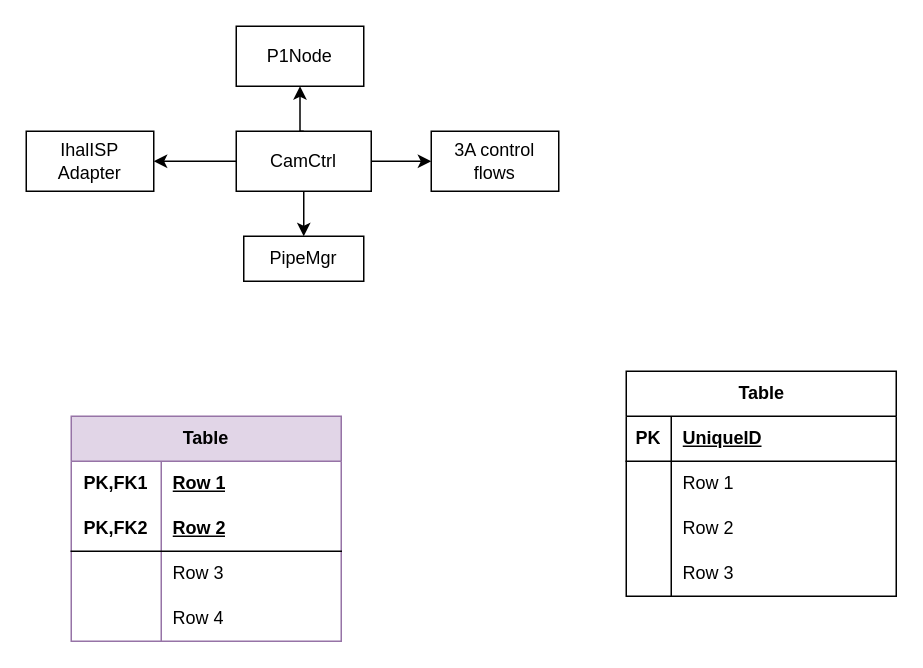
Above: Camera_AFFace_Flow.drawio in Chloe-oss/Draw.io_Camera (draw.io), before the change. Source tidied: cells renumbered, new cells numbered last; positions are measured from the earlier drawing's top-left corner, leaving out a move shared by most shapes. Both pictures are drawn from the tidied source at 150%, with x=0, y=0 at pixel (26, 26).
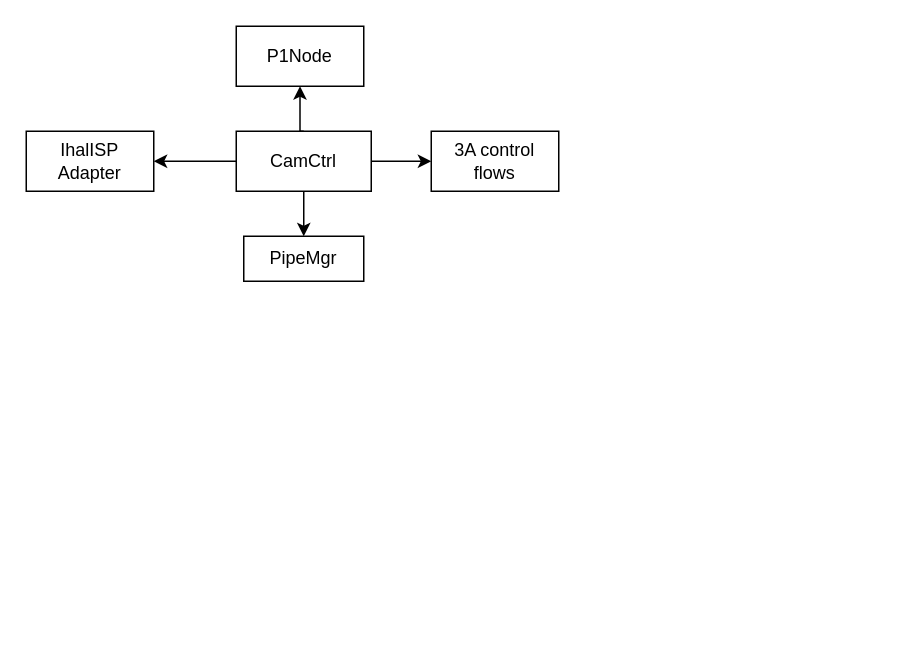
The same diagram, later.

The edit, as a diff of the source:
```diff
@@
-    <mxCell id="11" value="Table" style="shape=table;startSize=30;childLayout=tableLayout;rowLines=0;fontStyle=1;align=center;html=1;" parent="1" vertex="1">
-      <mxGeometry x="400" y="230" width="180" height="150" as="geometry" />
-    </mxCell>
-    <mxCell id="12" style="shape=tableRow;horizontal=0;startSize=0;swimlaneHead=0;swimlaneBody=0;fillColor=none;top=0;left=0;right=0;bottom=1;" parent="11" vertex="1">
-      <mxGeometry y="30" width="180" height="30" as="geometry" />
-    </mxCell>
-    <mxCell id="13" value="PK" style="shape=partialRectangle;fillColor=none;top=0;left=0;bottom=0;right=0;fontStyle=1;overflow=hidden;whiteSpace=wrap;html=1;" parent="12" vertex="1">
-      <mxGeometry width="30" height="30" as="geometry" />
-    </mxCell>
-    <mxCell id="14" value="UniqueID" style="shape=partialRectangle;fillColor=none;top=0;left=0;bottom=0;right=0;align=left;spacingLeft=6;fontStyle=5;overflow=hidden;whiteSpace=wrap;html=1;" parent="12" vertex="1">
-      <mxGeometry x="30" width="150" height="30" as="geometry" />
-    </mxCell>
-    <mxCell id="15" style="shape=tableRow;horizontal=0;startSize=0;swimlaneHead=0;swimlaneBody=0;fillColor=none;top=0;left=0;right=0;bottom=0;" parent="11" vertex="1">
-      <mxGeometry y="60" width="180" height="30" as="geometry" />
-    </mxCell>
-    <mxCell id="16" style="shape=partialRectangle;fillColor=none;top=0;left=0;bottom=0;right=0;overflow=hidden;whiteSpace=wrap;html=1;" parent="15" vertex="1">
-      <mxGeometry width="30" height="30" as="geometry" />
-    </mxCell>
-    <mxCell id="17" value="Row 1" style="shape=partialRectangle;fillColor=none;top=0;left=0;bottom=0;right=0;align=left;spacingLeft=6;overflow=hidden;whiteSpace=wrap;html=1;" parent="15" vertex="1">
-      <mxGeometry x="30" width="150" height="30" as="geometry" />
-    </mxCell>
-    <mxCell id="18" style="shape=tableRow;horizontal=0;startSize=0;swimlaneHead=0;swimlaneBody=0;fillColor=none;top=0;left=0;right=0;bottom=0;" parent="11" vertex="1">
-      <mxGeometry y="90" width="180" height="30" as="geometry" />
-    </mxCell>
-    <mxCell id="19" style="shape=partialRectangle;fillColor=none;top=0;left=0;bottom=0;right=0;overflow=hidden;whiteSpace=wrap;html=1;" parent="18" vertex="1">
-      <mxGeometry width="30" height="30" as="geometry" />
-    </mxCell>
-    <mxCell id="20" value="Row 2" style="shape=partialRectangle;fillColor=none;top=0;left=0;bottom=0;right=0;align=left;spacingLeft=6;overflow=hidden;whiteSpace=wrap;html=1;" parent="18" vertex="1">
-      <mxGeometry x="30" width="150" height="30" as="geometry" />
-    </mxCell>
-    <mxCell id="21" style="shape=tableRow;horizontal=0;startSize=0;swimlaneHead=0;swimlaneBody=0;fillColor=none;top=0;left=0;right=0;bottom=0;" parent="11" vertex="1">
-      <mxGeometry y="120" width="180" height="30" as="geometry" />
-    </mxCell>
-    <mxCell id="22" style="shape=partialRectangle;fillColor=none;top=0;left=0;bottom=0;right=0;overflow=hidden;whiteSpace=wrap;html=1;" parent="21" vertex="1">
-      <mxGeometry width="30" height="30" as="geometry" />
-    </mxCell>
-    <mxCell id="23" value="Row 3" style="shape=partialRectangle;fillColor=none;top=0;left=0;bottom=0;right=0;align=left;spacingLeft=6;overflow=hidden;whiteSpace=wrap;html=1;" parent="21" vertex="1">
-      <mxGeometry x="30" width="150" height="30" as="geometry" />
-    </mxCell>
-    <mxCell id="24" value="Table" style="shape=table;startSize=30;childLayout=tableLayout;rowLines=0;fontStyle=1;align=center;html=1;whiteSpace=wrap;fillColor=#e1d5e7;strokeColor=#9673a6;" parent="1" vertex="1">
-      <mxGeometry x="30" y="260" width="180" height="150" as="geometry" />
-    </mxCell>
-    <mxCell id="25" style="shape=tableRow;horizontal=0;startSize=0;swimlaneHead=0;swimlaneBody=0;fillColor=none;top=0;left=0;right=0;bottom=0;html=1;" parent="24" vertex="1">
-      <mxGeometry y="30" width="180" height="30" as="geometry" />
-    </mxCell>
-    <mxCell id="26" value="PK,FK1" style="shape=partialRectangle;fillColor=none;top=0;left=0;bottom=0;right=0;fontStyle=1;overflow=hidden;html=1;whiteSpace=wrap;" parent="25" vertex="1">
-      <mxGeometry width="60" height="30" as="geometry" />
-    </mxCell>
-    <mxCell id="27" value="Row 1" style="shape=partialRectangle;fillColor=none;top=0;left=0;bottom=0;right=0;align=left;spacingLeft=6;fontStyle=5;overflow=hidden;html=1;whiteSpace=wrap;" parent="25" vertex="1">
-      <mxGeometry x="60" width="120" height="30" as="geometry" />
-    </mxCell>
-    <mxCell id="28" style="shape=tableRow;horizontal=0;startSize=0;swimlaneHead=0;swimlaneBody=0;fillColor=none;top=0;left=0;right=0;bottom=1;html=1;" parent="24" vertex="1">
-      <mxGeometry y="60" width="180" height="30" as="geometry" />
-    </mxCell>
-    <mxCell id="29" value="PK,FK2" style="shape=partialRectangle;fillColor=none;top=0;left=0;bottom=0;right=0;fontStyle=1;overflow=hidden;html=1;whiteSpace=wrap;" parent="28" vertex="1">
-      <mxGeometry width="60" height="30" as="geometry" />
-    </mxCell>
-    <mxCell id="30" value="Row 2" style="shape=partialRectangle;fillColor=none;top=0;left=0;bottom=0;right=0;align=left;spacingLeft=6;fontStyle=5;overflow=hidden;html=1;whiteSpace=wrap;" parent="28" vertex="1">
-      <mxGeometry x="60" width="120" height="30" as="geometry" />
-    </mxCell>
-    <mxCell id="31" style="shape=tableRow;horizontal=0;startSize=0;swimlaneHead=0;swimlaneBody=0;fillColor=none;top=0;left=0;right=0;bottom=0;html=1;" parent="24" vertex="1">
-      <mxGeometry y="90" width="180" height="30" as="geometry" />
-    </mxCell>
-    <mxCell id="32" style="shape=partialRectangle;fillColor=none;top=0;left=0;bottom=0;right=0;overflow=hidden;html=1;whiteSpace=wrap;" parent="31" vertex="1">
-      <mxGeometry width="60" height="30" as="geometry" />
-    </mxCell>
-    <mxCell id="33" value="Row 3" style="shape=partialRectangle;fillColor=none;top=0;left=0;bottom=0;right=0;align=left;spacingLeft=6;overflow=hidden;html=1;whiteSpace=wrap;" parent="31" vertex="1">
-      <mxGeometry x="60" width="120" height="30" as="geometry" />
-    </mxCell>
-    <mxCell id="34" style="shape=tableRow;horizontal=0;startSize=0;swimlaneHead=0;swimlaneBody=0;fillColor=none;top=0;left=0;right=0;bottom=0;html=1;" parent="24" vertex="1">
-      <mxGeometry y="120" width="180" height="30" as="geometry" />
-    </mxCell>
-    <mxCell id="35" style="shape=partialRectangle;fillColor=none;top=0;left=0;bottom=0;right=0;overflow=hidden;html=1;whiteSpace=wrap;" parent="34" vertex="1">
-      <mxGeometry width="60" height="30" as="geometry" />
-    </mxCell>
-    <mxCell id="36" value="Row 4" style="shape=partialRectangle;fillColor=none;top=0;left=0;bottom=0;right=0;align=left;spacingLeft=6;overflow=hidden;html=1;whiteSpace=wrap;" parent="34" vertex="1">
-      <mxGeometry x="60" width="120" height="30" as="geometry" />
-    </mxCell>
```
